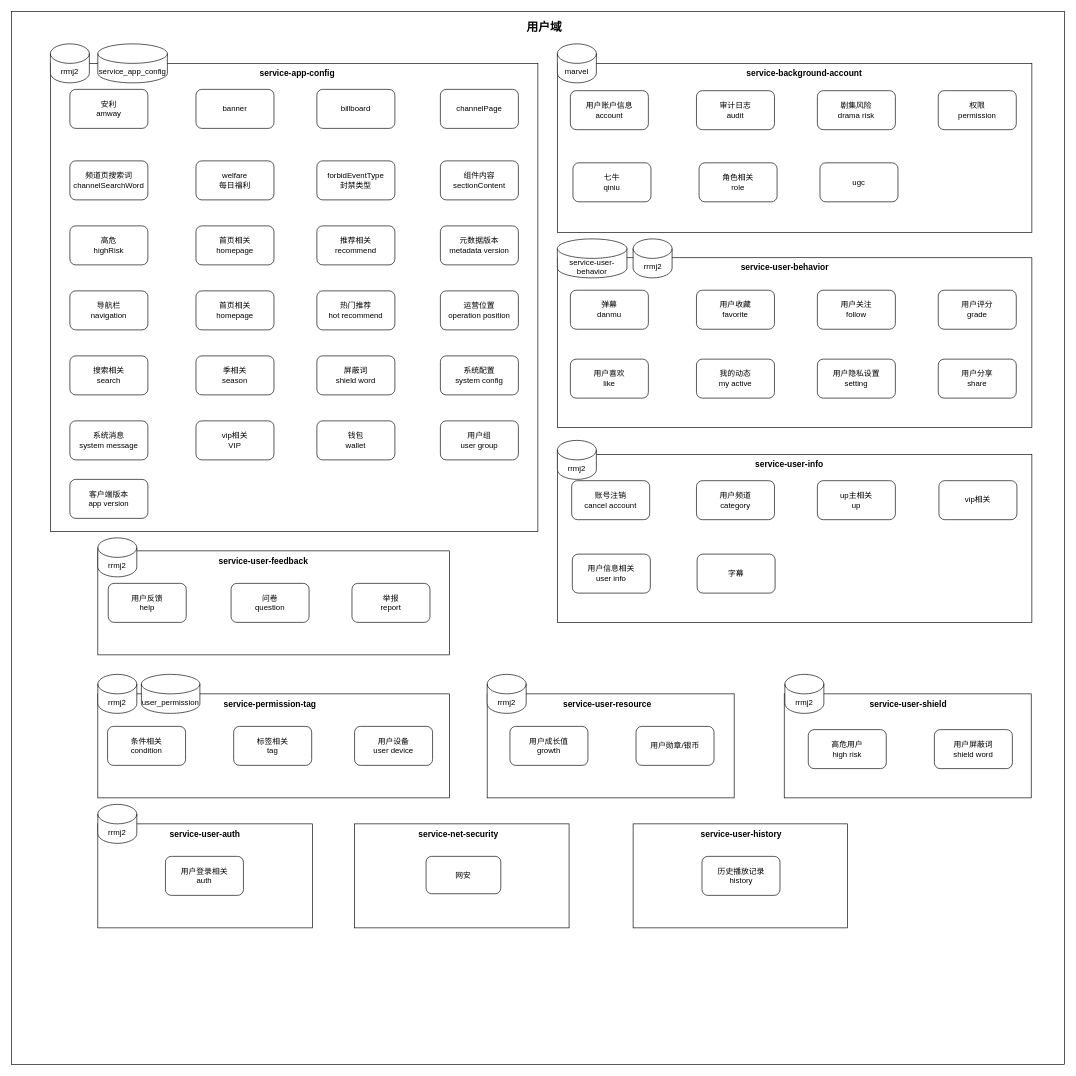
This is page "All" (12 of 12) of service-app-config.drawio from songmulin/rr-business, a draw.io file, before an edit. Source tidied: cells renumbered, new cells numbered last; positions are measured from the earlier drawing's top-left corner, leaving out a move shared by most shapes. Both pictures are drawn from the tidied source at 65%, with x=0, y=0 at pixel (11, 11).
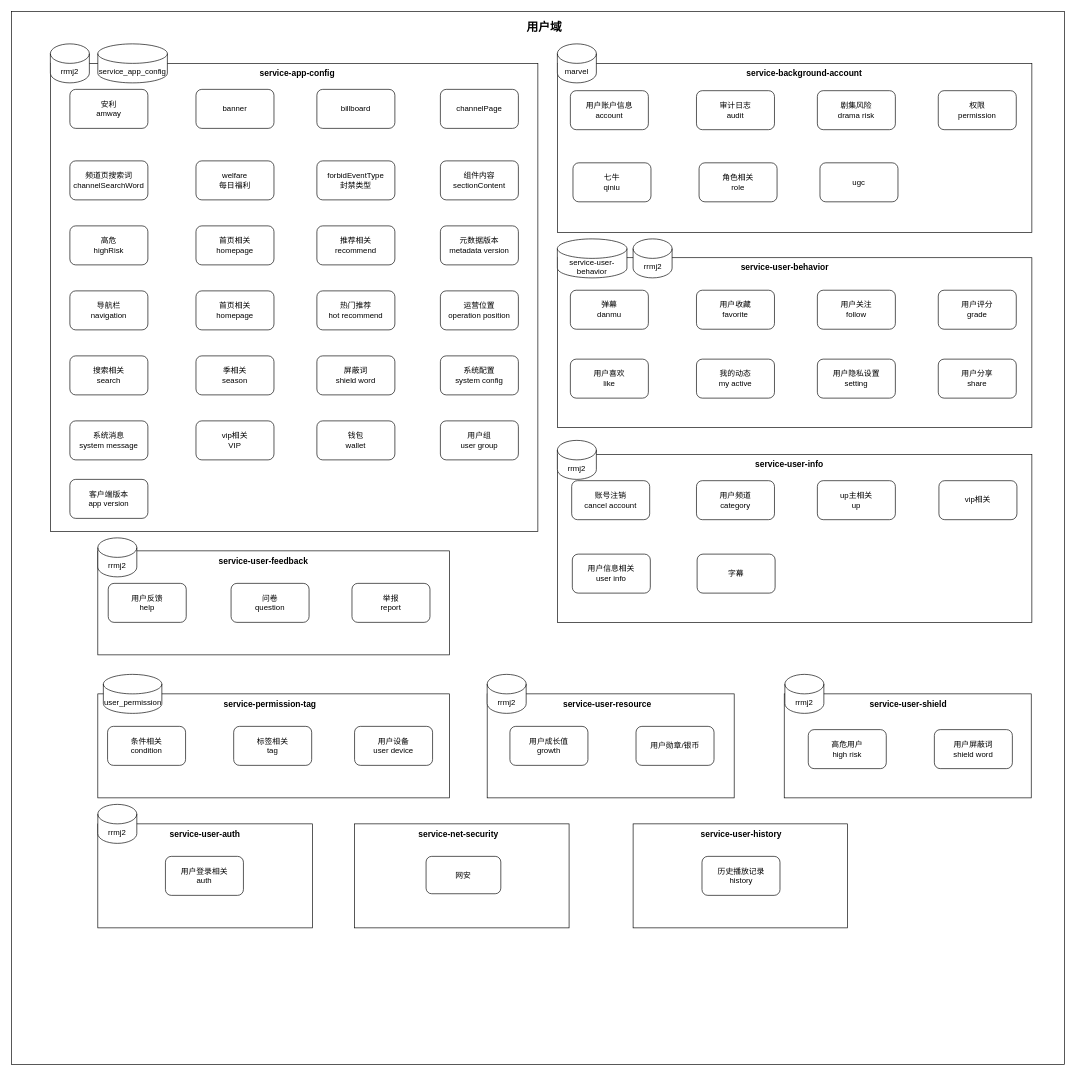
The same page after the edit.

What changed in the source:
```diff
@@
-    <mxCell id="92" value="rrmj2" style="shape=cylinder3;whiteSpace=wrap;html=1;boundedLbl=1;backgroundOutline=1;size=15;" parent="1" vertex="1">
-      <mxGeometry x="133" y="1020" width="60" height="60" as="geometry" />
-    </mxCell>
     <mxCell id="93" value="user_permission" style="shape=cylinder3;whiteSpace=wrap;html=1;boundedLbl=1;backgroundOutline=1;size=15;" parent="1" vertex="1">
-      <mxGeometry x="200" y="1020" width="90" height="60" as="geometry" />
+      <mxGeometry x="141.5" y="1020" width="90" height="60" as="geometry" />
     </mxCell>
```
